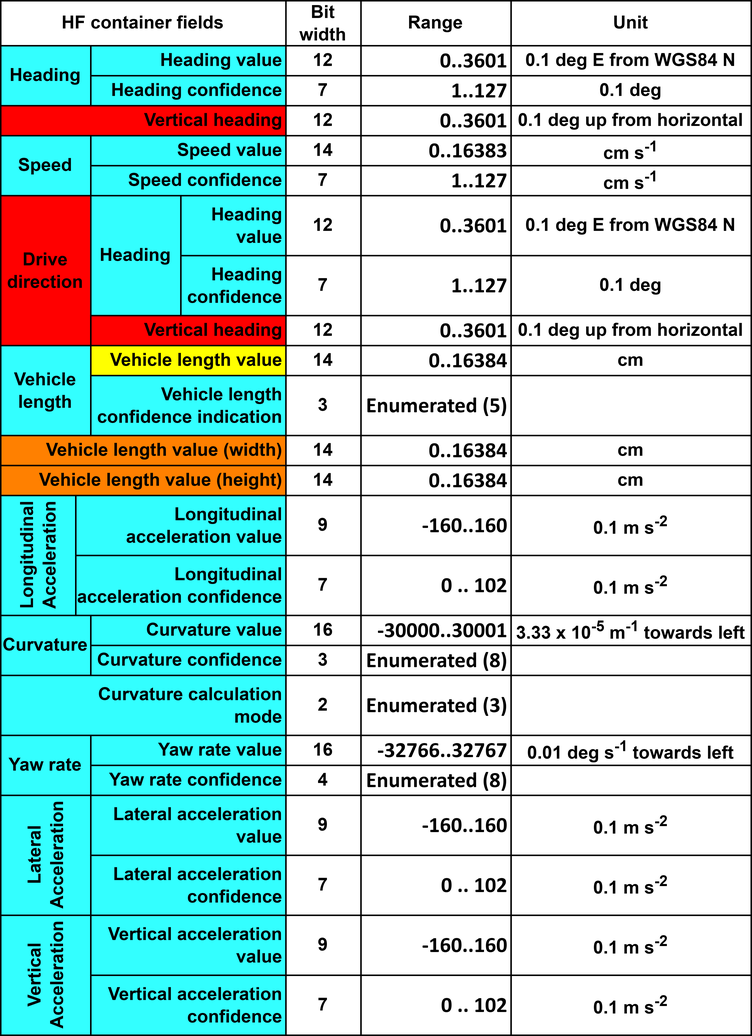
sandaruwanjayaweera/v2xplus keeps this draw.io diagram as uav_cam/protocol stack hf container.drawio.png. Above is the earlier version. Source tidied: cells renumbered, new cells last; positions are measured from the earlier drawing's top-left corner, leaving out a move shared by most shapes.
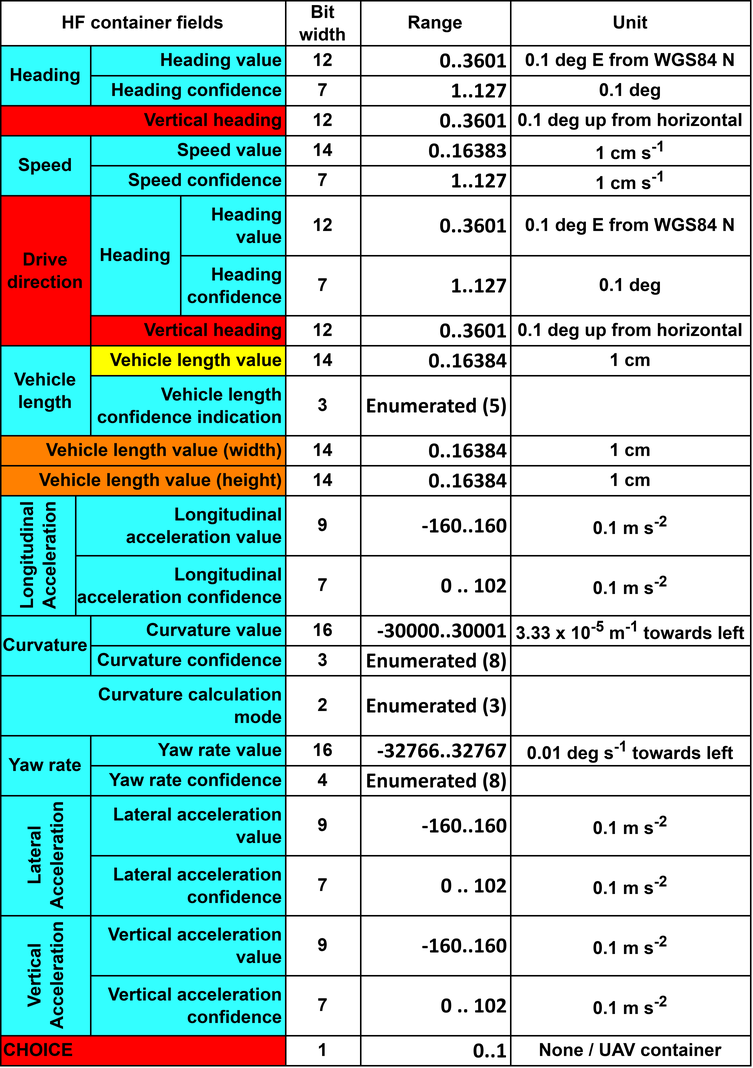
The same file after the commit.

Commit message:
mod_choice

Change to the diagram source:
```diff
@@ -260,10 +260,10 @@
     <mxCell id="87" value="&lt;span&gt;0.1 deg up from&amp;nbsp;&lt;/span&gt;&lt;span class=&quot;fontstyle0&quot;&gt;horizontal&lt;/span&gt;" style="rounded=0;whiteSpace=wrap;html=1;align=center;fillColor=#FFFFFF;fontStyle=1;" parent="1" vertex="1">
       <mxGeometry x="355" y="70" width="160" height="20" as="geometry" />
     </mxCell>
-    <mxCell id="88" value="cm s&lt;sup&gt;-1&lt;/sup&gt;" style="rounded=0;whiteSpace=wrap;html=1;align=center;fillColor=#FFFFFF;fontStyle=1;" parent="1" vertex="1">
+    <mxCell id="88" value="1 cm s&lt;sup&gt;-1&lt;/sup&gt;" style="rounded=0;whiteSpace=wrap;html=1;align=center;fillColor=#FFFFFF;fontStyle=1;" parent="1" vertex="1">
       <mxGeometry x="355" y="90" width="160" height="20" as="geometry" />
     </mxCell>
-    <mxCell id="89" value="cm s&lt;sup&gt;-1&lt;/sup&gt;" style="rounded=0;whiteSpace=wrap;html=1;align=center;fillColor=#FFFFFF;fontStyle=1;" parent="1" vertex="1">
+    <mxCell id="89" value="1 cm s&lt;sup&gt;-1&lt;/sup&gt;" style="rounded=0;whiteSpace=wrap;html=1;align=center;fillColor=#FFFFFF;fontStyle=1;" parent="1" vertex="1">
       <mxGeometry x="355" y="110" width="160" height="20" as="geometry" />
     </mxCell>
     <mxCell id="90" value="&lt;span&gt;0.1 deg E from&amp;nbsp;&lt;/span&gt;&lt;span class=&quot;fontstyle0&quot;&gt;WGS84 N&lt;/span&gt;" style="rounded=0;whiteSpace=wrap;html=1;align=center;fillColor=#FFFFFF;fontStyle=1;" parent="1" vertex="1">
@@ -275,16 +275,16 @@
     <mxCell id="92" value="&lt;span&gt;0.1 deg up from&amp;nbsp;&lt;/span&gt;&lt;span class=&quot;fontstyle0&quot;&gt;horizontal&lt;/span&gt;" style="rounded=0;whiteSpace=wrap;html=1;align=center;fillColor=#FFFFFF;fontStyle=1;" parent="1" vertex="1">
       <mxGeometry x="355" y="210" width="160" height="20" as="geometry" />
     </mxCell>
-    <mxCell id="93" value="cm" style="rounded=0;whiteSpace=wrap;html=1;align=center;fillColor=#FFFFFF;fontStyle=1;" parent="1" vertex="1">
+    <mxCell id="93" value="1 cm" style="rounded=0;whiteSpace=wrap;html=1;align=center;fillColor=#FFFFFF;fontStyle=1;" parent="1" vertex="1">
       <mxGeometry x="355" y="230" width="160" height="20" as="geometry" />
     </mxCell>
     <mxCell id="94" style="rounded=0;whiteSpace=wrap;html=1;align=center;fillColor=#FFFFFF;fontStyle=1;" parent="1" vertex="1">
       <mxGeometry x="355" y="250" width="160" height="40" as="geometry" />
     </mxCell>
-    <mxCell id="95" value="cm" style="rounded=0;whiteSpace=wrap;html=1;align=center;fillColor=#FFFFFF;fontStyle=1;" parent="1" vertex="1">
+    <mxCell id="95" value="1 cm" style="rounded=0;whiteSpace=wrap;html=1;align=center;fillColor=#FFFFFF;fontStyle=1;" parent="1" vertex="1">
       <mxGeometry x="355" y="290" width="160" height="20" as="geometry" />
     </mxCell>
-    <mxCell id="96" value="cm" style="rounded=0;whiteSpace=wrap;html=1;align=center;fillColor=#FFFFFF;fontStyle=1;" parent="1" vertex="1">
+    <mxCell id="96" value="1 cm" style="rounded=0;whiteSpace=wrap;html=1;align=center;fillColor=#FFFFFF;fontStyle=1;" parent="1" vertex="1">
       <mxGeometry x="355" y="310" width="160" height="20" as="geometry" />
     </mxCell>
     <mxCell id="97" value="0.1 m s&lt;sup&gt;-2&lt;/sup&gt;" style="rounded=0;whiteSpace=wrap;html=1;align=center;fillColor=#FFFFFF;fontStyle=1;" parent="1" vertex="1">
@@ -320,5 +320,17 @@
     <mxCell id="107" style="rounded=0;whiteSpace=wrap;html=1;align=center;fillColor=#FFFFFF;fontStyle=1;" parent="1" vertex="1">
       <mxGeometry x="355" y="510" width="160" height="20" as="geometry" />
     </mxCell>
+    <mxCell id="108" value="CHOICE" style="rounded=0;whiteSpace=wrap;html=1;align=left;fillColor=#FF0000;fontStyle=1;" parent="1" vertex="1">
+      <mxGeometry x="15" y="690" width="190" height="20" as="geometry" />
+    </mxCell>
+    <mxCell id="109" value="1" style="rounded=0;whiteSpace=wrap;html=1;align=center;fontStyle=1;" parent="1" vertex="1">
+      <mxGeometry x="205" y="690" width="50" height="20" as="geometry" />
+    </mxCell>
+    <mxCell id="110" value="&lt;span style=&quot;font-family: calibri, &amp;quot;segoe ui&amp;quot;, calibri, thonburi, arial, verdana, sans-serif, &amp;quot;mongolian baiti&amp;quot;, &amp;quot;microsoft yi baiti&amp;quot;, &amp;quot;javanese text&amp;quot;; font-size: 14.6667px; background-color: rgb(255, 255, 255);&quot;&gt;0..1&lt;/span&gt;" style="rounded=0;whiteSpace=wrap;html=1;align=right;fontStyle=1;" parent="1" vertex="1">
+      <mxGeometry x="255" y="690" width="100" height="20" as="geometry" />
+    </mxCell>
+    <mxCell id="111" value="None / UAV container" style="rounded=0;whiteSpace=wrap;html=1;align=center;fillColor=#FFFFFF;fontStyle=1;" parent="1" vertex="1">
+      <mxGeometry x="355" y="690" width="160" height="20" as="geometry" />
+    </mxCell>
   </root>
 </mxGraphModel>
```
